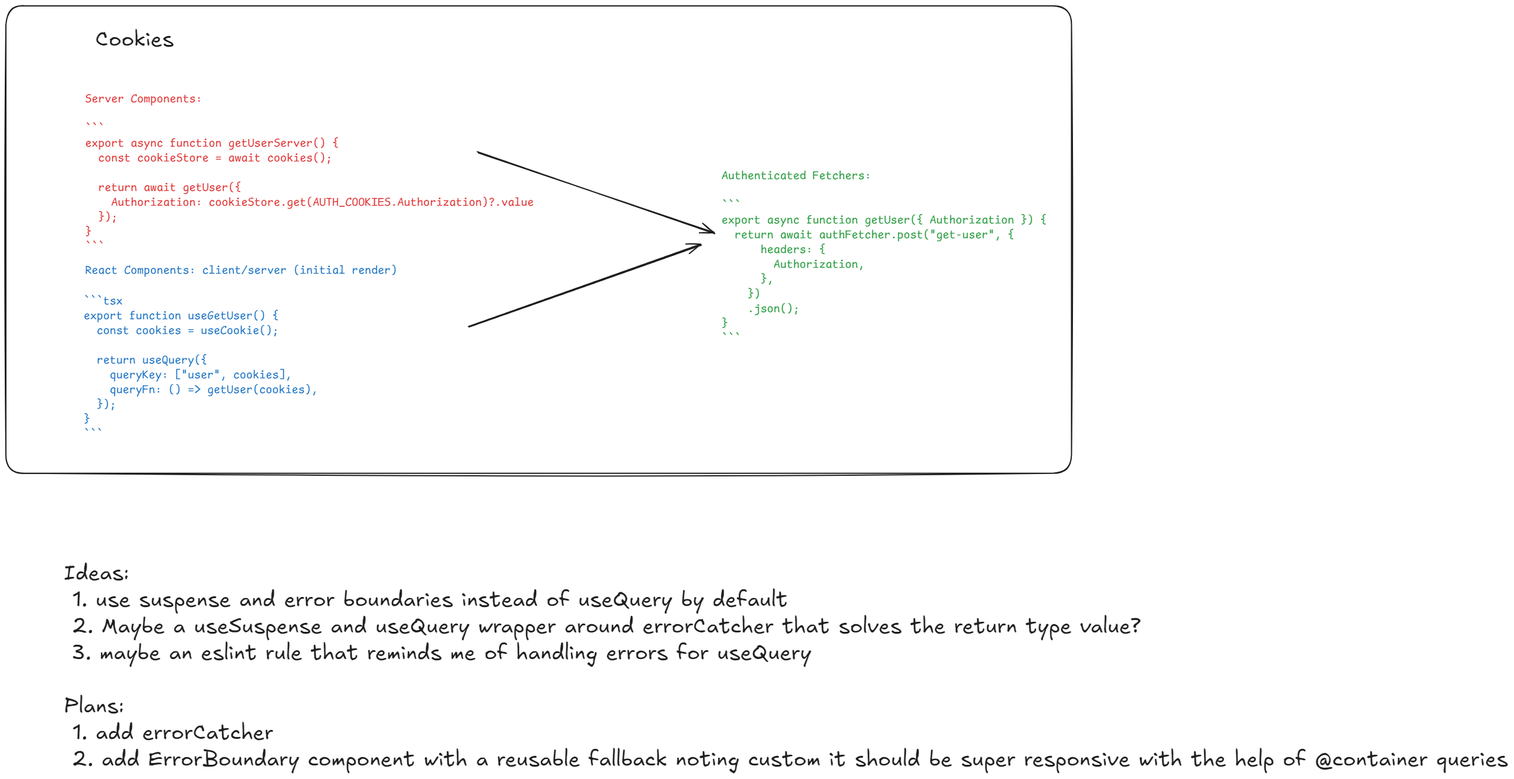
The Excalidraw diagram docs/CRUD.excalidraw.png in MhL5/Portfolio, before a commit. Source tidied: one line per element, renumbered; positions are measured from the earlier drawing's top-left corner, leaving out a move shared by most shapes.
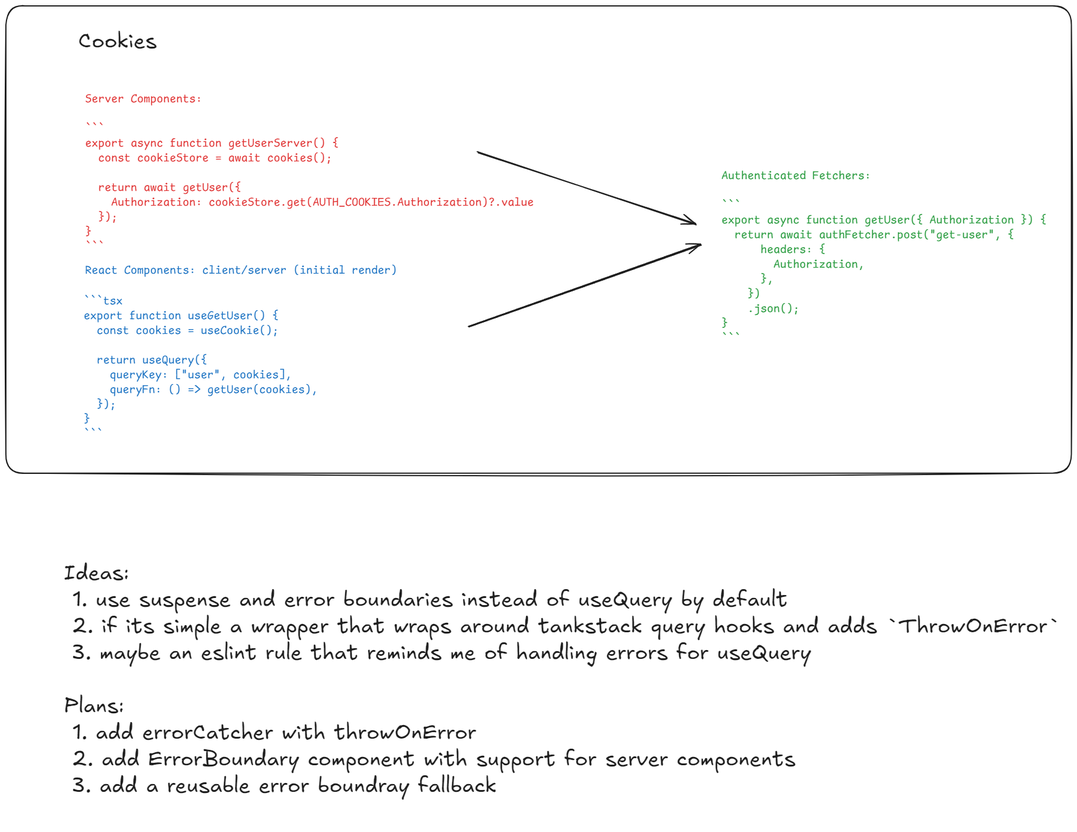
The same diagram one commit later.

Commit message:
Update CRUD.excalidraw.png: Replace existing image with a new version to reflect recent design changes.

Change to the diagram source:
````diff
@@ -2,8 +2,8 @@
 {"id": 1, "type": "text", "text": "React Components: client/server (initial render) ", "strokeColor": "#1971c2", "strokeWidth": 2, "roughness": 1, "fontSize": 20, "fontFamily": 8, "x": 134, "y": 435, "width": 539, "height": 25}
 {"id": 2, "type": "text", "text": "Server Components:\n\n```\nexport async function getUserServer() {\n  const cookieStore = await cookies();\n\n  return await getUser({\n    Authorization: cookieStore.get(AUTH_COOKIES.Authorization)?.value\n  });\n}\n```", "strokeColor": "#e03131", "strokeWidth": 2, "roughness": 1, "fontSize": 20, "fontFamily": 8, "x": 134, "y": 146, "width": 759, "height": 275}
 {"id": 3, "type": "text", "text": "Authenticated Fetchers:\n\n```\nexport async function getUser({ Authorization }) {\n  return await authFetcher.post(\"get-user\", {\n      headers: {\n        Authorization,\n      },\n    })\n    .json();\n}\n```", "strokeColor": "#2f9e44", "strokeWidth": 2, "roughness": 1, "fontSize": 20, "fontFamily": 8, "x": 1210, "y": 275, "width": 550, "height": 300}
-{"id": 4, "type": "arrow", "strokeColor": "#1e1e1e", "strokeWidth": 2, "roughness": 1, "endArrowhead": "arrow", "round": true, "to": 3, "x": 798, "y": 248, "width": 401, "height": 138, "points": [[0, 0], [401, 138]]}
+{"id": 4, "type": "arrow", "strokeColor": "#1e1e1e", "strokeWidth": 2, "roughness": 1, "endArrowhead": "arrow", "round": true, "x": 798, "y": 248, "width": 370, "height": 122, "points": [[0, 0], [370, 122]]}
 {"id": 5, "type": "arrow", "strokeColor": "#1e1e1e", "strokeWidth": 2, "roughness": 1, "endArrowhead": "arrow", "round": true, "x": 783, "y": 543, "width": 394, "height": 139, "points": [[0, 0], [394, -139]]}
 {"id": 6, "type": "rectangle", "strokeColor": "#1e1e1e", "strokeWidth": 2, "roughness": 1, "round": true, "x": 0, "y": 0, "width": 1802, "height": 791}
-{"id": 7, "type": "text", "text": "Cookies", "strokeColor": "#1e1e1e", "strokeWidth": 2, "roughness": 1, "fontSize": 36, "fontFamily": 5, "x": 151, "y": 35, "width": 293, "height": 45}
+{"id": 7, "type": "text", "text": "Cookies", "strokeColor": "#1e1e1e", "strokeWidth": 2, "roughness": 1, "fontSize": 36, "fontFamily": 5, "x": 122, "y": 39, "width": 293, "height": 45}
-{"id": 8, "type": "text", "text": "Ideas: \n 1. use suspense and error boundaries instead of useQuery by default\n 2. Maybe a useSuspense and useQuery wrapper around errorCatcher that solves the return type value?\n 3. maybe an eslint rule that reminds me of handling errors for useQuery\n\nPlans:\n 1. add errorCatcher\n 2. add ErrorBoundary component with a reusable fallback noting custom it should be super responsive with the help of @container queries", "strokeColor": "#1e1e1e", "strokeWidth": 2, "roughness": 1, "fontSize": 36, "fontFamily": 5, "x": 98, "y": 938, "width": 2443, "height": 360}
+{"id": 8, "type": "text", "text": "Ideas: \n 1. use suspense and error boundaries instead of useQuery by default\n 2. if its simple a wrapper that wraps around tankstack query hooks and adds `ThrowOnError`\n 3. maybe an eslint rule that reminds me of handling errors for useQuery\n\nPlans:\n 1. add errorCatcher with throwOnError\n 2. add ErrorBoundary component with support for server components\n 3. add a reusable error boundray fallback\n ", "strokeColor": "#1e1e1e", "strokeWidth": 2, "roughness": 1, "fontSize": 36, "fontFamily": 5, "x": 98, "y": 938, "width": 1685, "height": 450}
````
